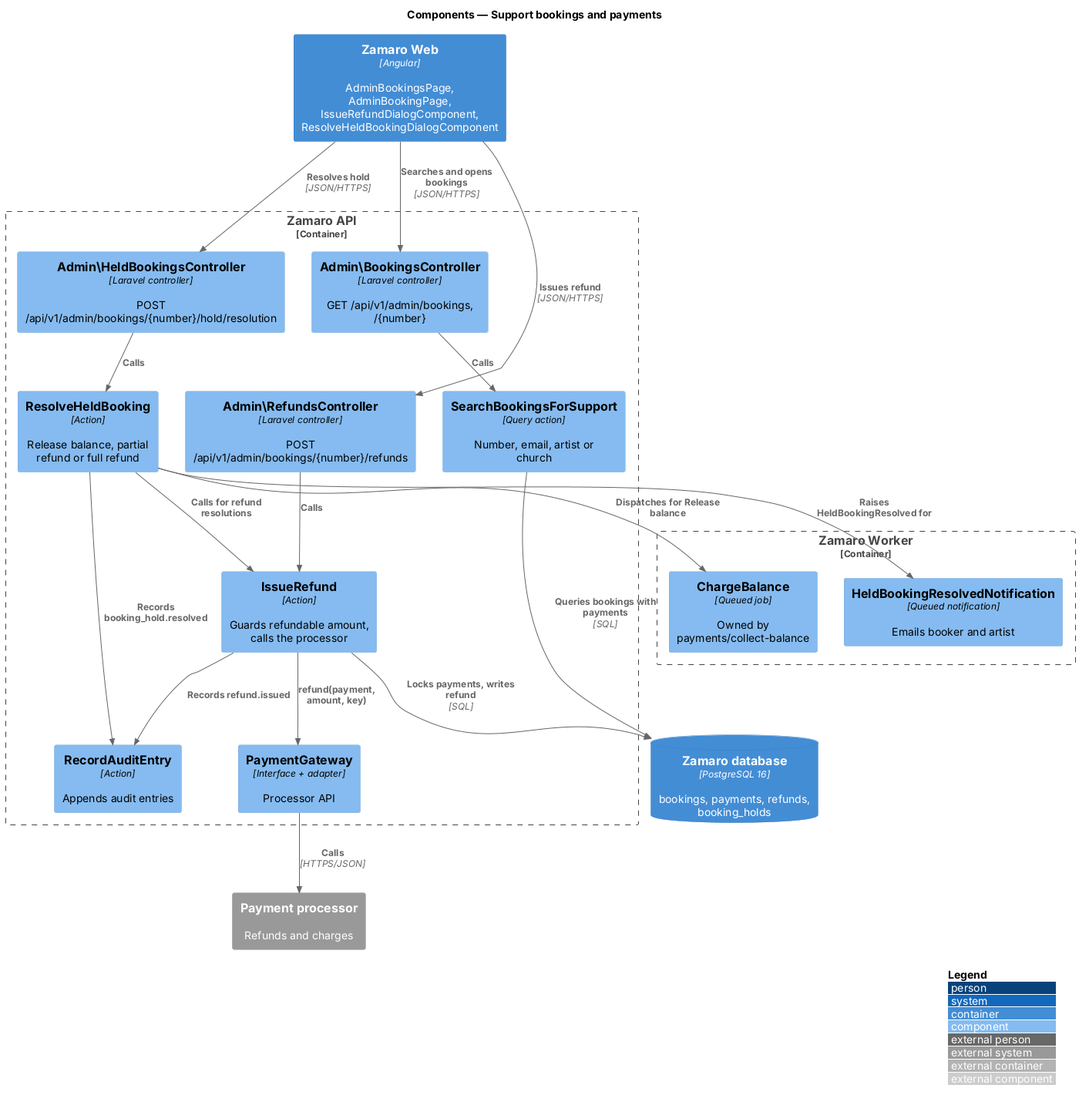
The PlantUML diagram docs/detailed-designs/administration/support-bookings-and-payments/diagrams/c4-component.png in QuinntyneBrown/zamaro, before a commit.
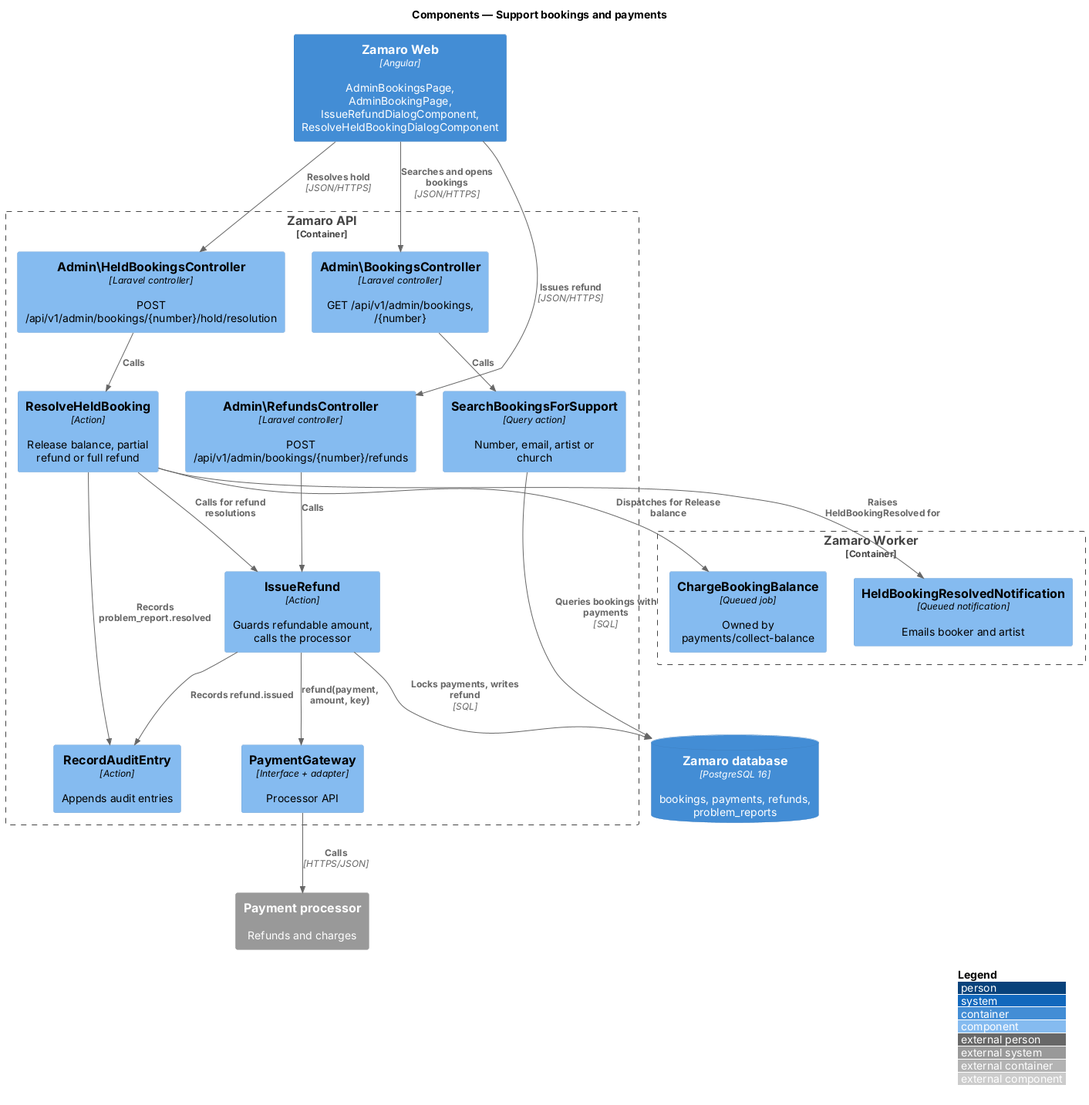
The same file after the commit.

What changed in the source:
```diff
@@ -16,10 +16,10 @@
   Component(audit, "RecordAuditEntry", "Action", "Appends audit entries")
 }
 Container_Boundary(worker, "Zamaro Worker") {
-  Component(charge, "ChargeBalance", "Queued job", "Owned by payments/collect-balance")
+  Component(charge, "ChargeBookingBalance", "Queued job", "Owned by payments/collect-balance")
   Component(notif, "HeldBookingResolvedNotification", "Queued notification", "Emails booker and artist")
 }
-ContainerDb(db, "Zamaro database", "PostgreSQL 16", "bookings, payments, refunds, booking_holds")
+ContainerDb(db, "Zamaro database", "PostgreSQL 16", "bookings, payments, refunds, problem_reports")
 
 Rel(web, bctrl, "Searches and opens bookings", "JSON/HTTPS")
 Rel(web, rctrl, "Issues refund", "JSON/HTTPS")
@@ -35,5 +35,5 @@
 Rel(refund, gateway, "refund(payment, amount, key)")
 Rel(gateway, pay, "Calls", "HTTPS/JSON")
 Rel(refund, audit, "Records refund.issued")
-Rel(resolve, audit, "Records booking_hold.resolved")
+Rel(resolve, audit, "Records problem_report.resolved")
 @enduml
```
